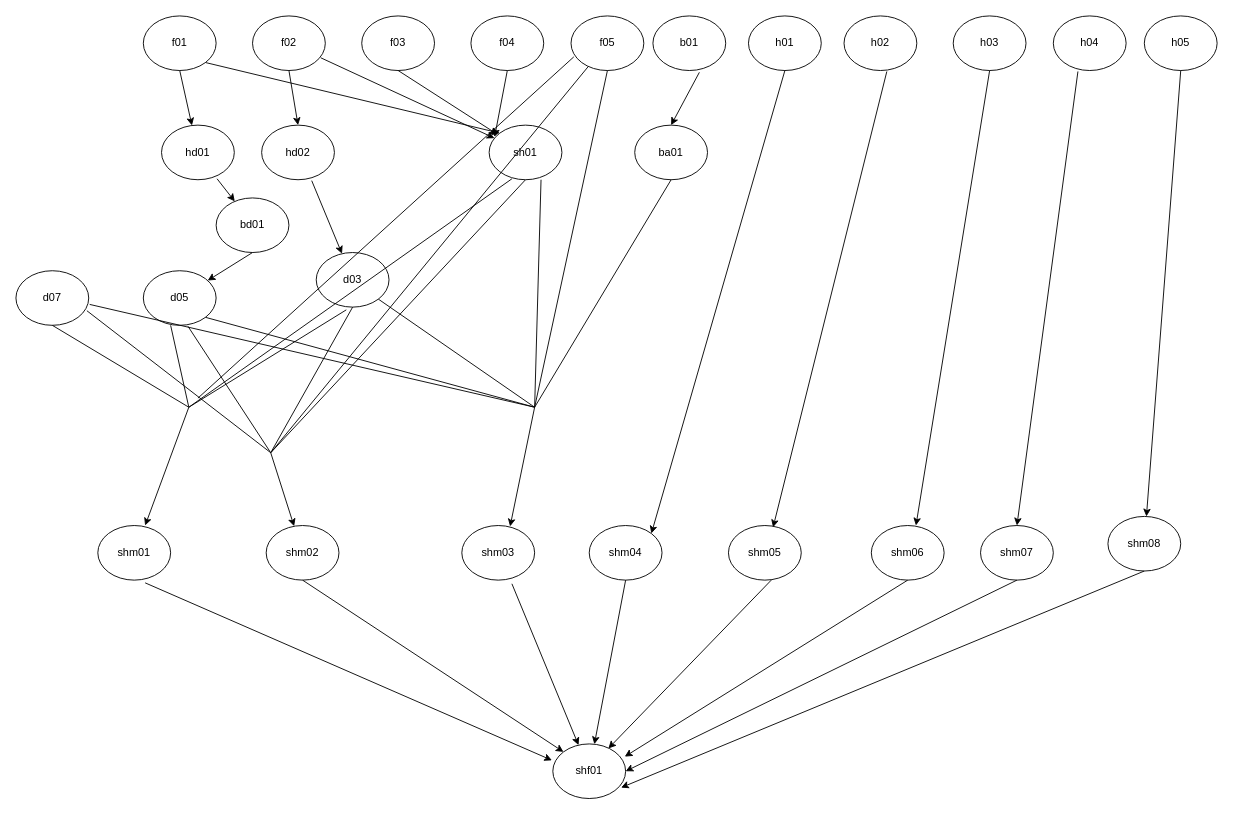
gebifeixiang/investment keeps this draw.io diagram as tasktreenode.drawio. Above is the earlier version. Source tidied: cells renumbered, new cells numbered last; positions are measured from the earlier drawing's top-left corner, leaving out a move shared by most shapes. Both pictures are drawn from the tidied source at 91%, with x=0, y=0 at pixel (15, 15).
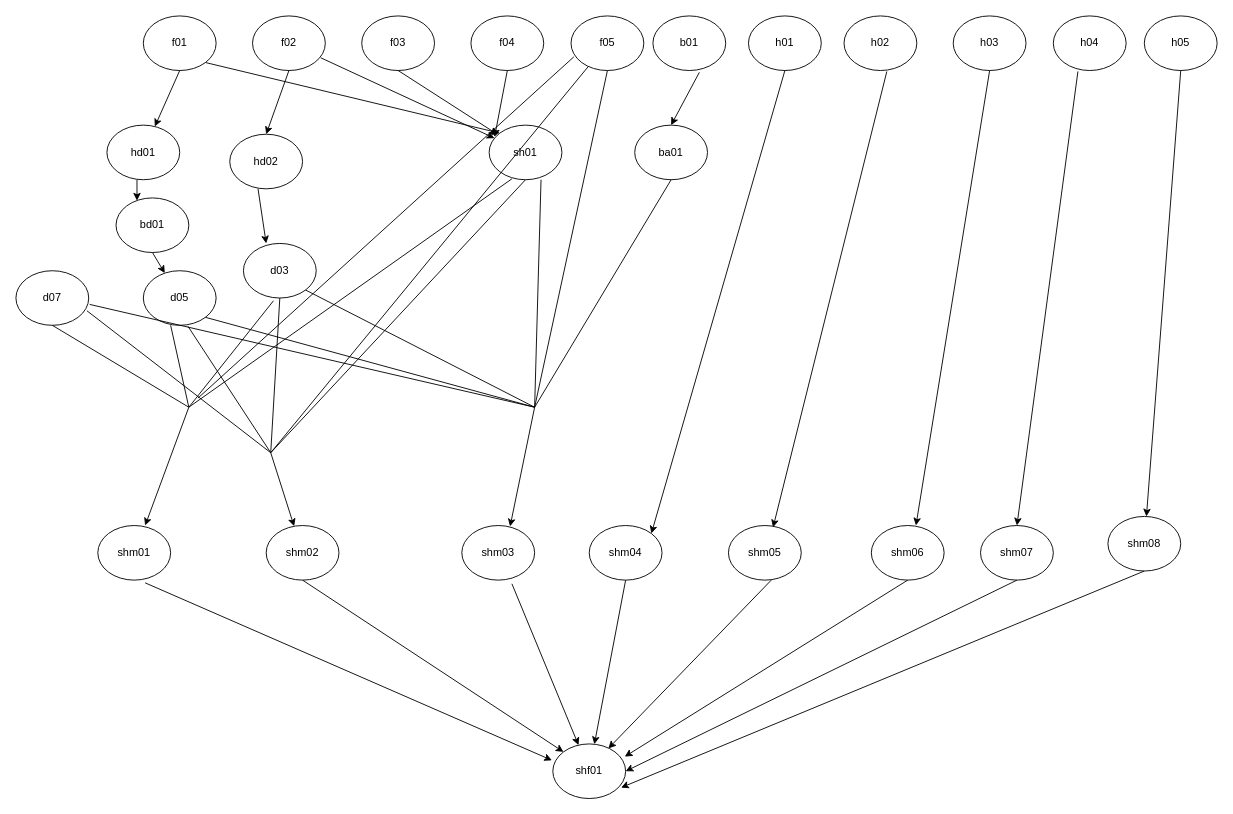
The same diagram, later.

What changed in the source:
```diff
@@
     <mxCell id="12" value="hd01" style="ellipse;whiteSpace=wrap;html=1;" parent="1" vertex="1">
-      <mxGeometry x="160" y="120" width="80" height="60" as="geometry" />
+      <mxGeometry x="100" y="120" width="80" height="60" as="geometry" />
     </mxCell>
     <mxCell id="13" value="hd02" style="ellipse;whiteSpace=wrap;html=1;" parent="1" vertex="1">
-      <mxGeometry x="270" y="120" width="80" height="60" as="geometry" />
+      <mxGeometry x="235" y="130" width="80" height="60" as="geometry" />
     </mxCell>
@@
     <mxCell id="36" value="bd01" style="ellipse;whiteSpace=wrap;html=1;" parent="1" vertex="1">
-      <mxGeometry x="220" y="200" width="80" height="60" as="geometry" />
+      <mxGeometry x="110" y="200" width="80" height="60" as="geometry" />
     </mxCell>
-    <mxCell id="37" style="endArrow=classic;html=1;exitX=0.763;exitY=0.983;exitDx=0;exitDy=0;exitPerimeter=0;" parent="1" edge="1" source="12" target="36">
-      <mxGeometry relative="1" as="geometry" />
-    </mxCell>
@@
     <mxCell id="40" value="d03" style="ellipse;whiteSpace=wrap;html=1;" parent="1" vertex="1">
-      <mxGeometry x="330" y="260" width="80" height="60" as="geometry" />
+      <mxGeometry x="250" y="250" width="80" height="60" as="geometry" />
     </mxCell>
-    <mxCell id="41" style="endArrow=classic;html=1;exitX=0.688;exitY=1.017;exitDx=0;exitDy=0;exitPerimeter=0;" parent="1" edge="1" source="13" target="40">
-      <mxGeometry relative="1" as="geometry" />
+    <mxCell id="41" style="endArrow=classic;html=1;exitX=0.388;exitY=1;exitDx=0;exitDy=0;exitPerimeter=0;" parent="1" edge="1" source="13">
+      <mxGeometry relative="1" as="geometry">
+        <mxPoint x="275" y="250" as="targetPoint" />
+      </mxGeometry>
     </mxCell>
@@
+    <mxCell id="37" style="endArrow=classic;html=1;exitX=0.413;exitY=1;exitDx=0;exitDy=0;exitPerimeter=0;entryX=0.288;entryY=0.05;entryDx=0;entryDy=0;entryPerimeter=0;" parent="1" edge="1" source="12" target="36">
+      <mxGeometry relative="1" as="geometry" />
+    </mxCell>
```
